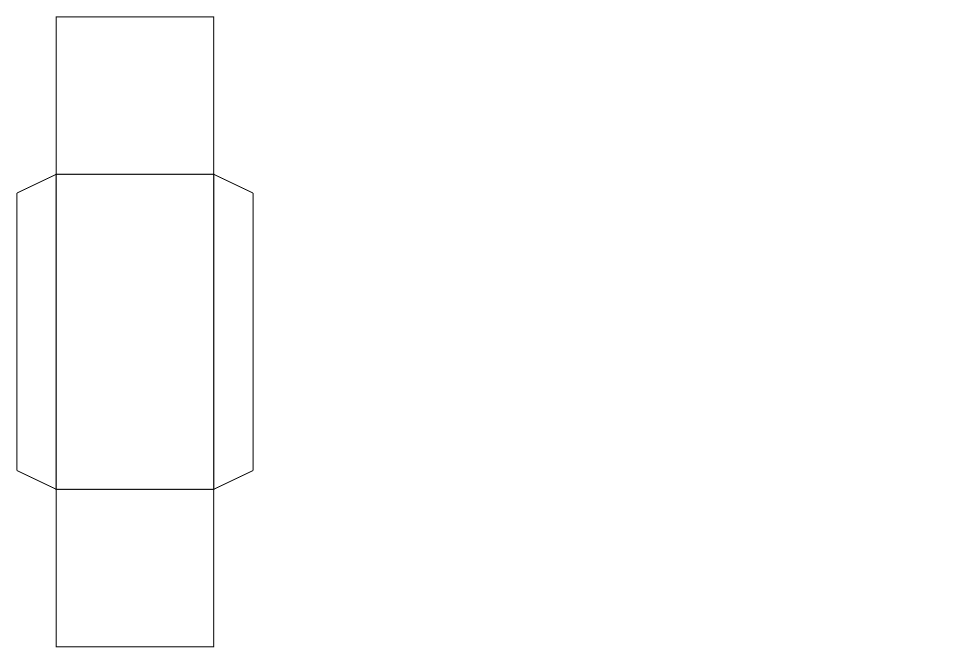
The draw.io diagram design/CopperBoxDrawing.drawio in 55success/W23GY_dehumidifier, before the edit. Source tidied: cells renumbered, new cells numbered last; positions are measured from the earlier drawing's top-left corner, leaving out a move shared by most shapes. Both pictures are drawn from the tidied source at 100%, with x=0, y=0 at pixel (16, 16).
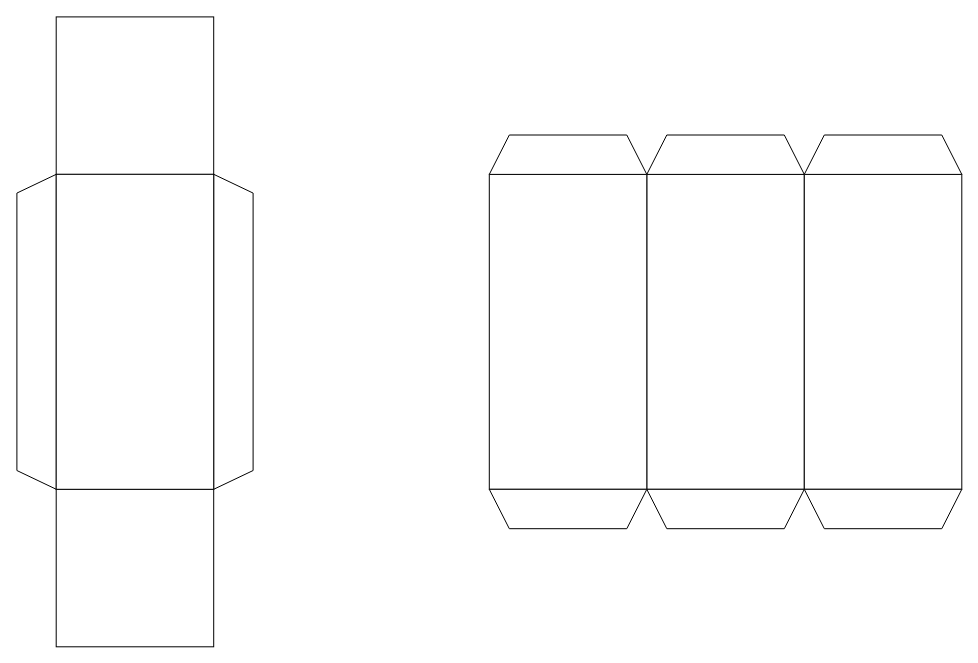
After the change.

The edit, as a diff of the source:
```diff
@@
 <mxGraphModel>
   <root>
     <mxCell id="0" />
     <mxCell id="1" parent="0" />
     <mxCell id="2" style="verticalLabelPosition=middle;verticalAlign=middle;html=1;shape=trapezoid;perimeter=trapezoidPerimeter;whiteSpace=wrap;size=0.05962257112014202;arcSize=10;flipV=0;labelPosition=center;align=center;rotation=0;direction=north;" parent="1" vertex="1">
       <mxGeometry x="0.4" y="157.8" width="39.4" height="315" as="geometry" />
     </mxCell>
     <mxCell id="3" style="verticalLabelPosition=middle;verticalAlign=middle;html=1;shape=trapezoid;perimeter=trapezoidPerimeter;whiteSpace=wrap;size=0.05962257112014202;arcSize=10;flipV=0;labelPosition=center;align=center;rotation=0;direction=north;flipH=1;" parent="1" vertex="1">
       <mxGeometry x="197.2" y="157.8" width="39.4" height="315" as="geometry" />
     </mxCell>
     <mxCell id="4" style="whiteSpace=wrap;html=1;" parent="1" vertex="1">
       <mxGeometry x="39.7" y="0.4" width="157.5" height="157.5" as="geometry" />
     </mxCell>
     <mxCell id="5" style="whiteSpace=wrap;html=1;" parent="1" vertex="1">
       <mxGeometry x="39.7" y="472.8" width="157.5" height="157.5" as="geometry" />
     </mxCell>
     <mxCell id="6" style="rounded=0;whiteSpace=wrap;html=1;" parent="1" vertex="1">
       <mxGeometry x="39.7" y="157.8" width="157.5" height="315" as="geometry" />
     </mxCell>
+    <mxCell id="7" style="rounded=0;whiteSpace=wrap;html=1;" parent="1" vertex="1">
+      <mxGeometry x="630.3" y="157.8" width="157.5" height="315" as="geometry" />
+    </mxCell>
+    <mxCell id="8" style="shape=trapezoid;perimeter=trapezoidPerimeter;whiteSpace=wrap;html=1;fixedSize=1;" parent="1" vertex="1">
+      <mxGeometry x="630.3" y="118.5" width="157.5" height="39.4" as="geometry" />
+    </mxCell>
+    <mxCell id="9" style="shape=trapezoid;perimeter=trapezoidPerimeter;whiteSpace=wrap;html=1;fixedSize=1;flipV=1;" parent="1" vertex="1">
+      <mxGeometry x="630.3" y="472.8" width="157.5" height="39.4" as="geometry" />
+    </mxCell>
+    <mxCell id="10" style="rounded=0;whiteSpace=wrap;html=1;" parent="1" vertex="1">
+      <mxGeometry x="787.8" y="157.8" width="157.5" height="315" as="geometry" />
+    </mxCell>
+    <mxCell id="11" style="rounded=0;whiteSpace=wrap;html=1;" parent="1" vertex="1">
+      <mxGeometry x="472.8" y="157.8" width="157.5" height="315" as="geometry" />
+    </mxCell>
+    <mxCell id="12" style="shape=trapezoid;perimeter=trapezoidPerimeter;whiteSpace=wrap;html=1;fixedSize=1;" parent="1" vertex="1">
+      <mxGeometry x="472.8" y="118.5" width="157.5" height="39.4" as="geometry" />
+    </mxCell>
+    <mxCell id="13" style="shape=trapezoid;perimeter=trapezoidPerimeter;whiteSpace=wrap;html=1;fixedSize=1;" parent="1" vertex="1">
+      <mxGeometry x="787.8" y="118.5" width="157.5" height="39.4" as="geometry" />
+    </mxCell>
+    <mxCell id="14" style="shape=trapezoid;perimeter=trapezoidPerimeter;whiteSpace=wrap;html=1;fixedSize=1;flipV=1;" parent="1" vertex="1">
+      <mxGeometry x="787.8" y="472.8" width="157.5" height="39.4" as="geometry" />
+    </mxCell>
+    <mxCell id="15" style="shape=trapezoid;perimeter=trapezoidPerimeter;whiteSpace=wrap;html=1;fixedSize=1;flipV=1;" parent="1" vertex="1">
+      <mxGeometry x="472.8" y="472.8" width="157.5" height="39.4" as="geometry" />
+    </mxCell>
   </root>
 </mxGraphModel>
```
